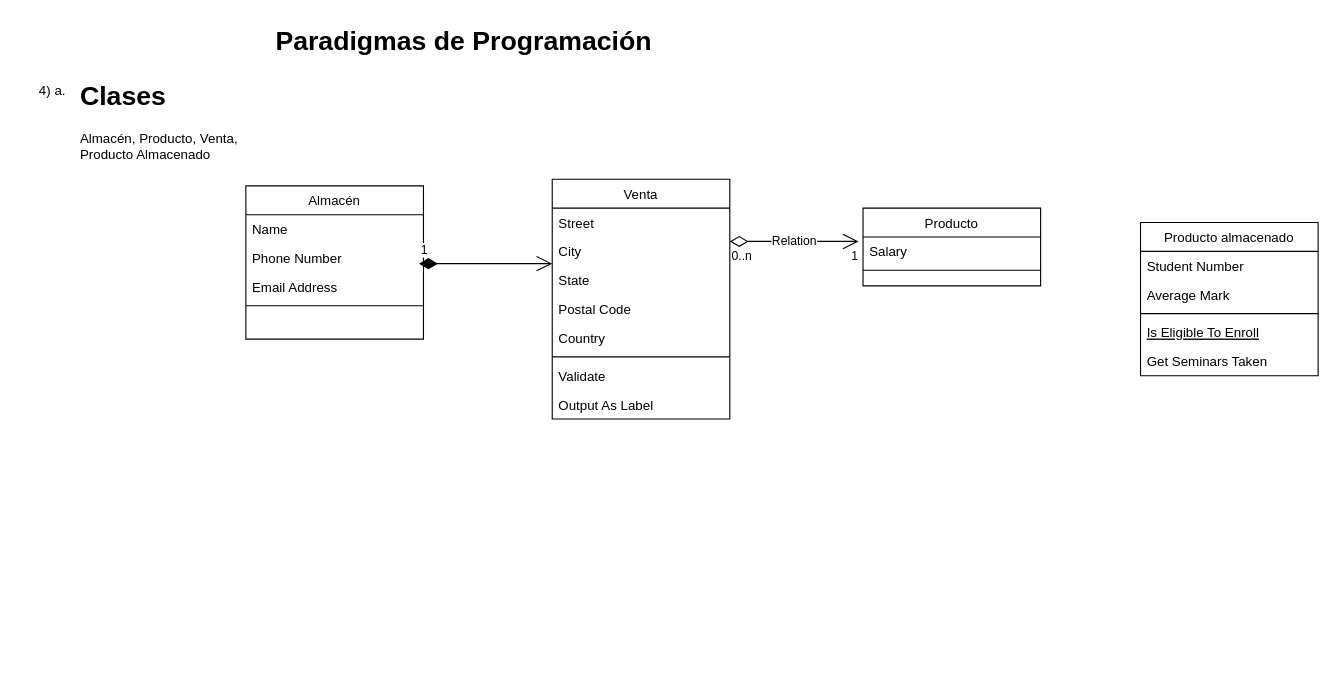
Above: Diagrama sin título.drawio in josepro752/TP1 (draw.io), before the change. Source tidied: cells renumbered, new cells numbered last; positions are measured from the earlier drawing's top-left corner, leaving out a move shared by most shapes. Both pictures are drawn from the tidied source at 111%, with x=0, y=0 at pixel (19, 19).
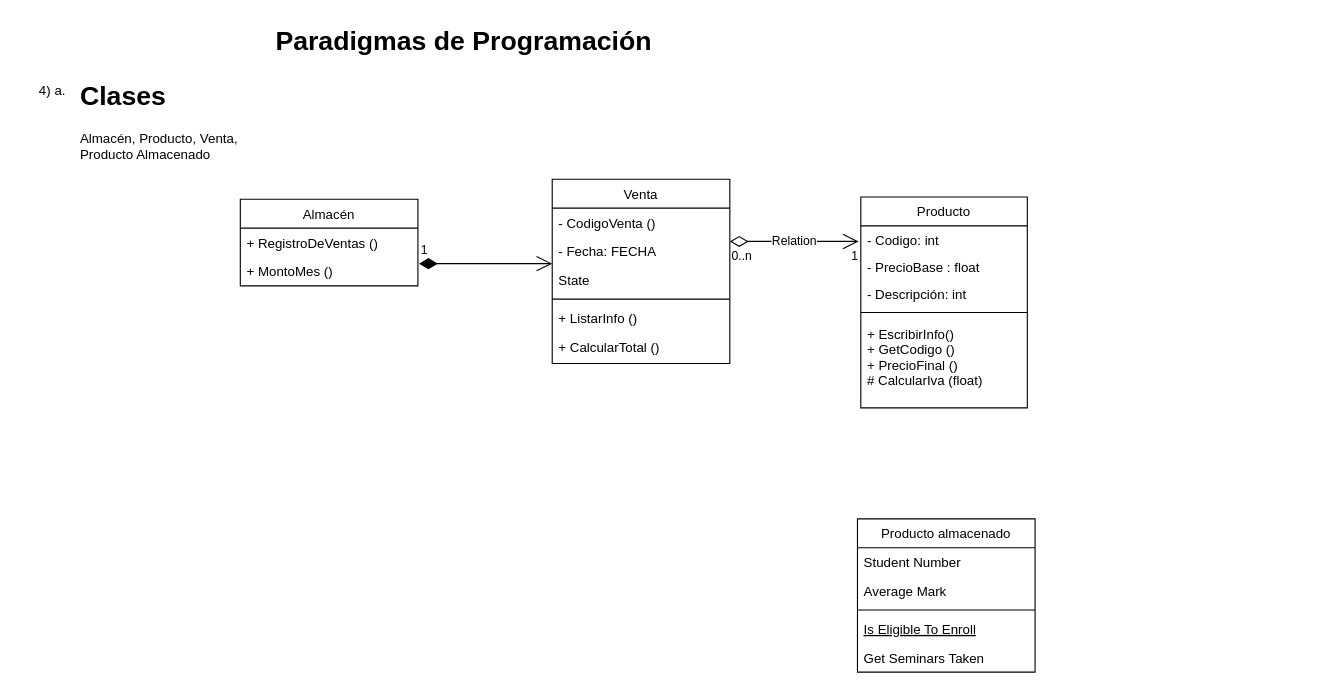
The same page after the edit.

The edit, as a diff of the source:
```diff
@@
     <mxCell id="2" value="Almacén" style="swimlane;fontStyle=0;align=center;verticalAlign=top;horizontal=1;startSize=26;rounded=0;shadow=0;strokeWidth=1;" parent="1" vertex="1">
-      <mxGeometry x="204" y="150" width="160" height="138" as="geometry" />
+      <mxGeometry x="199" y="162" width="160" height="78" as="geometry" />
     </mxCell>
-    <mxCell id="3" value="Name" style="text;align=left;verticalAlign=top;spacingLeft=4;spacingRight=4;overflow=hidden;" parent="2" vertex="1">
+    <mxCell id="3" value="+ RegistroDeVentas ()" style="text;align=left;verticalAlign=top;spacingLeft=4;spacingRight=4;overflow=hidden;" parent="2" vertex="1">
       <mxGeometry y="26" width="160" height="26" as="geometry" />
     </mxCell>
-    <mxCell id="4" value="Phone Number" style="text;align=left;verticalAlign=top;spacingLeft=4;spacingRight=4;overflow=hidden;rounded=0;shadow=0;html=0;" parent="2" vertex="1">
+    <mxCell id="4" value="+ MontoMes ()" style="text;align=left;verticalAlign=top;spacingLeft=4;spacingRight=4;overflow=hidden;rounded=0;shadow=0;html=0;" parent="2" vertex="1">
       <mxGeometry y="52" width="160" height="26" as="geometry" />
     </mxCell>
-    <mxCell id="5" value="Email Address" style="text;align=left;verticalAlign=top;spacingLeft=4;spacingRight=4;overflow=hidden;rounded=0;shadow=0;html=0;" parent="2" vertex="1">
-      <mxGeometry y="78" width="160" height="26" as="geometry" />
-    </mxCell>
-    <mxCell id="6" style="line;html=1;strokeWidth=1;align=left;verticalAlign=middle;spacingTop=-1;spacingLeft=3;spacingRight=3;labelPosition=right;" parent="2" vertex="1">
-      <mxGeometry y="104" width="160" height="8" as="geometry" />
-    </mxCell>
     <mxCell id="7" value="Producto almacenado" style="swimlane;fontStyle=0;align=center;verticalAlign=top;horizontal=1;startSize=26;rounded=0;shadow=0;strokeWidth=1;" parent="1" vertex="1">
-      <mxGeometry x="1010" y="183" width="160" height="138" as="geometry" />
+      <mxGeometry x="755" y="450" width="160" height="138" as="geometry" />
     </mxCell>
@@
     <mxCell id="13" value="Producto" style="swimlane;fontStyle=0;align=center;verticalAlign=top;horizontal=1;startSize=26;rounded=0;shadow=0;strokeWidth=1;" parent="1" vertex="1">
-      <mxGeometry x="760" y="170" width="160" height="70" as="geometry" />
+      <mxGeometry x="758" y="160" width="150" height="190" as="geometry" />
     </mxCell>
-    <mxCell id="14" value="Salary" style="text;align=left;verticalAlign=top;spacingLeft=4;spacingRight=4;overflow=hidden;" parent="13" vertex="1">
-      <mxGeometry y="26" width="160" height="26" as="geometry" />
+    <mxCell id="14" value="- Codigo: int" style="text;align=left;verticalAlign=top;spacingLeft=4;spacingRight=4;overflow=hidden;" parent="13" vertex="1">
+      <mxGeometry y="26" width="150" height="24" as="geometry" />
     </mxCell>
+    <mxCell id="32" value="- PrecioBase : float" style="text;align=left;verticalAlign=top;spacingLeft=4;spacingRight=4;overflow=hidden;" parent="13" vertex="1">
+      <mxGeometry y="50" width="150" height="24" as="geometry" />
+    </mxCell>
+    <mxCell id="33" value="- Descripción: int" style="text;align=left;verticalAlign=top;spacingLeft=4;spacingRight=4;overflow=hidden;" parent="13" vertex="1">
+      <mxGeometry y="74" width="150" height="24" as="geometry" />
+    </mxCell>
     <mxCell id="15" style="line;html=1;strokeWidth=1;align=left;verticalAlign=middle;spacingTop=-1;spacingLeft=3;spacingRight=3;labelPosition=right;" parent="13" vertex="1">
-      <mxGeometry y="52" width="160" height="8" as="geometry" />
+      <mxGeometry y="98" width="150" height="12" as="geometry" />
     </mxCell>
+    <mxCell id="34" value="+ EscribirInfo() &#10;+ GetCodigo () &#10;+ PrecioFinal () &#10;# CalcularIva (float)" style="text;align=left;verticalAlign=top;spacingLeft=4;spacingRight=4;overflow=hidden;" parent="13" vertex="1">
+      <mxGeometry y="110" width="150" height="60" as="geometry" />
+    </mxCell>
     <mxCell id="16" value="Venta" style="swimlane;fontStyle=0;align=center;verticalAlign=top;horizontal=1;startSize=26;rounded=0;shadow=0;strokeWidth=1;" parent="1" vertex="1">
-      <mxGeometry x="480" y="144" width="160" height="216" as="geometry" />
+      <mxGeometry x="480" y="144" width="160" height="166" as="geometry" />
     </mxCell>
-    <mxCell id="17" value="Street" style="text;align=left;verticalAlign=top;spacingLeft=4;spacingRight=4;overflow=hidden;" parent="16" vertex="1">
+    <mxCell id="17" value="- CodigoVenta ()" style="text;align=left;verticalAlign=top;spacingLeft=4;spacingRight=4;overflow=hidden;" parent="16" vertex="1">
       <mxGeometry y="26" width="160" height="26" as="geometry" />
     </mxCell>
-    <mxCell id="18" value="City" style="text;align=left;verticalAlign=top;spacingLeft=4;spacingRight=4;overflow=hidden;rounded=0;shadow=0;html=0;" parent="16" vertex="1">
+    <mxCell id="18" value="- Fecha: FECHA" style="text;align=left;verticalAlign=top;spacingLeft=4;spacingRight=4;overflow=hidden;rounded=0;shadow=0;html=0;" parent="16" vertex="1">
       <mxGeometry y="52" width="160" height="26" as="geometry" />
     </mxCell>
@@
-    <mxCell id="20" value="Postal Code" style="text;align=left;verticalAlign=top;spacingLeft=4;spacingRight=4;overflow=hidden;rounded=0;shadow=0;html=0;" parent="16" vertex="1">
-      <mxGeometry y="104" width="160" height="26" as="geometry" />
-    </mxCell>
-    <mxCell id="21" value="Country" style="text;align=left;verticalAlign=top;spacingLeft=4;spacingRight=4;overflow=hidden;rounded=0;shadow=0;html=0;" parent="16" vertex="1">
-      <mxGeometry y="130" width="160" height="26" as="geometry" />
-    </mxCell>
     <mxCell id="22" style="line;html=1;strokeWidth=1;align=left;verticalAlign=middle;spacingTop=-1;spacingLeft=3;spacingRight=3;labelPosition=right;" parent="16" vertex="1">
-      <mxGeometry y="156" width="160" height="8" as="geometry" />
+      <mxGeometry y="104" width="160" height="8" as="geometry" />
     </mxCell>
-    <mxCell id="23" value="Validate" style="text;align=left;verticalAlign=top;spacingLeft=4;spacingRight=4;overflow=hidden;" parent="16" vertex="1">
-      <mxGeometry y="164" width="160" height="26" as="geometry" />
+    <mxCell id="23" value="+ ListarInfo ()" style="text;align=left;verticalAlign=top;spacingLeft=4;spacingRight=4;overflow=hidden;" parent="16" vertex="1">
+      <mxGeometry y="112" width="160" height="26" as="geometry" />
     </mxCell>
-    <mxCell id="24" value="Output As Label" style="text;align=left;verticalAlign=top;spacingLeft=4;spacingRight=4;overflow=hidden;" parent="16" vertex="1">
-      <mxGeometry y="190" width="160" height="26" as="geometry" />
+    <mxCell id="24" value="+ CalcularTotal ()" style="text;align=left;verticalAlign=top;spacingLeft=4;spacingRight=4;overflow=hidden;" parent="16" vertex="1">
+      <mxGeometry y="138" width="160" height="26" as="geometry" />
     </mxCell>
```
